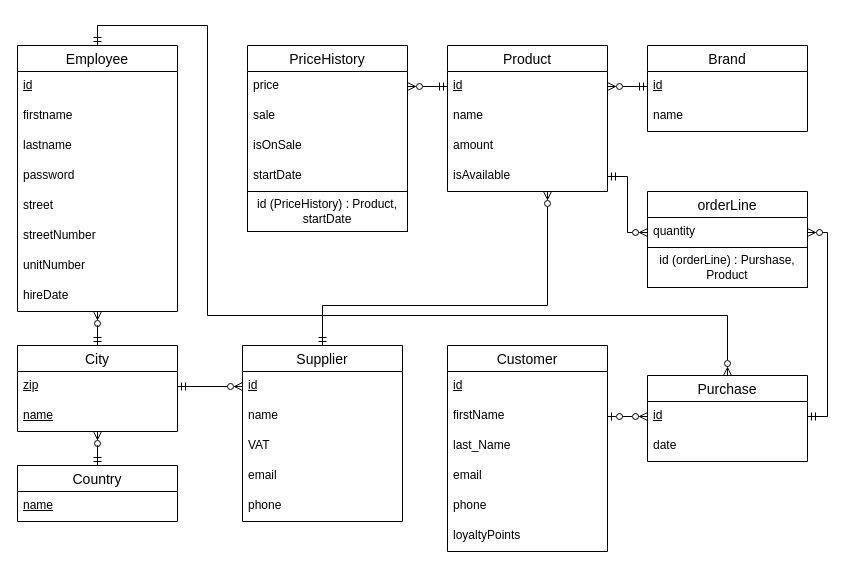
Before: docs/DB/DB.drawio in maxoux53/petit-bazar, a draw.io diagram. Source tidied: cells renumbered, new cells numbered last; positions are measured from the earlier drawing's top-left corner, leaving out a move shared by most shapes. Both pictures are drawn from the tidied source at 100%, with x=0, y=0 at pixel (17, 25).
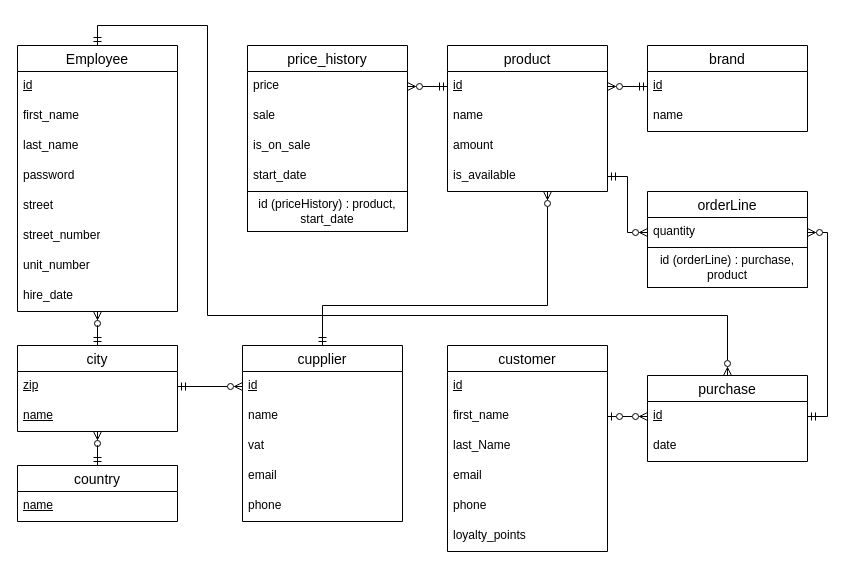
Above is the later version.

Commit message:
DB update (camelCase to snake_case)

Unchanged cells that the change refers to:
```xml
<mxCell id="3" value="Employee" style="swimlane;fontStyle=0;horizontal=1;startSize=26;align=center;fontSize=14;" parent="1" vertex="1">
  <mxGeometry y="20" width="160" height="266" as="geometry" />
</mxCell>
<mxCell id="49" value="orderLine" style="swimlane;fontStyle=0;horizontal=1;startSize=26;align=center;fontSize=14;" parent="1" vertex="1">
  <mxGeometry x="630" y="166" width="160" height="96" as="geometry" />
</mxCell>
```

Change to the diagram source:
```diff
@@
-    <mxCell id="5" value="firstname" style="text;strokeColor=none;fillColor=none;spacingLeft=4;spacingRight=4;overflow=hidden;fontSize=12;whiteSpace=wrap;html=1;" parent="3" vertex="1">
+    <mxCell id="5" value="first_name" style="text;strokeColor=none;fillColor=none;spacingLeft=4;spacingRight=4;overflow=hidden;fontSize=12;whiteSpace=wrap;html=1;" parent="3" vertex="1">
       <mxGeometry y="56" width="160" height="30" as="geometry" />
     </mxCell>
-    <mxCell id="6" value="lastname" style="text;strokeColor=none;fillColor=none;spacingLeft=4;spacingRight=4;overflow=hidden;fontSize=12;whiteSpace=wrap;html=1;" parent="3" vertex="1">
+    <mxCell id="6" value="last_name" style="text;strokeColor=none;fillColor=none;spacingLeft=4;spacingRight=4;overflow=hidden;fontSize=12;whiteSpace=wrap;html=1;" parent="3" vertex="1">
       <mxGeometry y="86" width="160" height="30" as="geometry" />
     </mxCell>
@@
-    <mxCell id="9" value="streetNumber" style="text;strokeColor=none;fillColor=none;spacingLeft=4;spacingRight=4;overflow=hidden;fontSize=12;whiteSpace=wrap;html=1;" parent="3" vertex="1">
+    <mxCell id="9" value="street_number" style="text;strokeColor=none;fillColor=none;spacingLeft=4;spacingRight=4;overflow=hidden;fontSize=12;whiteSpace=wrap;html=1;" parent="3" vertex="1">
       <mxGeometry y="176" width="160" height="30" as="geometry" />
     </mxCell>
-    <mxCell id="10" value="unitNumber" style="text;strokeColor=none;fillColor=none;spacingLeft=4;spacingRight=4;overflow=hidden;fontSize=12;whiteSpace=wrap;html=1;" parent="3" vertex="1">
+    <mxCell id="10" value="unit_number" style="text;strokeColor=none;fillColor=none;spacingLeft=4;spacingRight=4;overflow=hidden;fontSize=12;whiteSpace=wrap;html=1;" parent="3" vertex="1">
       <mxGeometry y="206" width="160" height="30" as="geometry" />
     </mxCell>
-    <mxCell id="11" value="hireDate" style="text;strokeColor=none;fillColor=none;spacingLeft=4;spacingRight=4;overflow=hidden;fontSize=12;whiteSpace=wrap;html=1;" parent="3" vertex="1">
+    <mxCell id="11" value="hire_date" style="text;strokeColor=none;fillColor=none;spacingLeft=4;spacingRight=4;overflow=hidden;fontSize=12;whiteSpace=wrap;html=1;" parent="3" vertex="1">
       <mxGeometry y="236" width="160" height="30" as="geometry" />
     </mxCell>
-    <mxCell id="12" value="Product" style="swimlane;fontStyle=0;horizontal=1;startSize=26;align=center;fontSize=14;" parent="1" vertex="1">
+    <mxCell id="12" value="product" style="swimlane;fontStyle=0;horizontal=1;startSize=26;align=center;fontSize=14;" parent="1" vertex="1">
       <mxGeometry x="430" y="20" width="160" height="146" as="geometry" />
     </mxCell>
@@
-    <mxCell id="16" value="isAvailable" style="text;strokeColor=none;fillColor=none;spacingLeft=4;spacingRight=4;overflow=hidden;points=[[0,0.5],[1,0.5]];portConstraint=eastwest;fontSize=12;whiteSpace=wrap;html=1;" parent="12" vertex="1">
+    <mxCell id="16" value="is_available" style="text;strokeColor=none;fillColor=none;spacingLeft=4;spacingRight=4;overflow=hidden;points=[[0,0.5],[1,0.5]];portConstraint=eastwest;fontSize=12;whiteSpace=wrap;html=1;" parent="12" vertex="1">
       <mxGeometry y="116" width="160" height="30" as="geometry" />
     </mxCell>
-    <mxCell id="17" value="Brand" style="swimlane;fontStyle=0;horizontal=1;startSize=26;align=center;fontSize=14;" parent="1" vertex="1">
+    <mxCell id="17" value="brand" style="swimlane;fontStyle=0;horizontal=1;startSize=26;align=center;fontSize=14;" parent="1" vertex="1">
       <mxGeometry x="630" y="20" width="160" height="86" as="geometry" />
     </mxCell>
@@
-    <mxCell id="20" value="Supplier" style="swimlane;fontStyle=0;horizontal=1;startSize=26;align=center;fontSize=14;" parent="1" vertex="1">
+    <mxCell id="20" value="cupplier" style="swimlane;fontStyle=0;horizontal=1;startSize=26;align=center;fontSize=14;" parent="1" vertex="1">
       <mxGeometry x="225" y="320" width="160" height="176" as="geometry" />
     </mxCell>
@@
-    <mxCell id="23" value="VAT" style="text;strokeColor=none;fillColor=none;spacingLeft=4;spacingRight=4;overflow=hidden;fontSize=12;whiteSpace=wrap;html=1;" parent="20" vertex="1">
+    <mxCell id="23" value="vat" style="text;strokeColor=none;fillColor=none;spacingLeft=4;spacingRight=4;overflow=hidden;fontSize=12;whiteSpace=wrap;html=1;" parent="20" vertex="1">
       <mxGeometry y="86" width="160" height="30" as="geometry" />
     </mxCell>
@@
-    <mxCell id="27" value="City" style="swimlane;fontStyle=0;horizontal=1;startSize=26;align=center;fontSize=14;" parent="1" vertex="1">
+    <mxCell id="27" value="city" style="swimlane;fontStyle=0;horizontal=1;startSize=26;align=center;fontSize=14;" parent="1" vertex="1">
       <mxGeometry y="320" width="160" height="86" as="geometry" />
     </mxCell>
@@
-    <mxCell id="31" value="Country" style="swimlane;fontStyle=0;horizontal=1;startSize=26;align=center;fontSize=14;" parent="1" vertex="1">
+    <mxCell id="31" value="country" style="swimlane;fontStyle=0;horizontal=1;startSize=26;align=center;fontSize=14;" parent="1" vertex="1">
       <mxGeometry y="440" width="160" height="56" as="geometry" />
     </mxCell>
@@
-    <mxCell id="33" value="PriceHistory" style="swimlane;fontStyle=0;horizontal=1;startSize=26;align=center;fontSize=14;" parent="1" vertex="1">
+    <mxCell id="33" value="price_history" style="swimlane;fontStyle=0;horizontal=1;startSize=26;align=center;fontSize=14;" parent="1" vertex="1">
       <mxGeometry x="230" y="20" width="160" height="186" as="geometry" />
     </mxCell>
@@
-    <mxCell id="36" value="isOnSale" style="text;strokeColor=none;fillColor=none;spacingLeft=4;spacingRight=4;overflow=hidden;fontSize=12;whiteSpace=wrap;html=1;" parent="33" vertex="1">
+    <mxCell id="36" value="is_on_sale" style="text;strokeColor=none;fillColor=none;spacingLeft=4;spacingRight=4;overflow=hidden;fontSize=12;whiteSpace=wrap;html=1;" parent="33" vertex="1">
       <mxGeometry y="86" width="160" height="30" as="geometry" />
     </mxCell>
-    <mxCell id="37" value="startDate" style="text;strokeColor=none;fillColor=none;spacingLeft=4;spacingRight=4;overflow=hidden;fontSize=12;whiteSpace=wrap;html=1;" parent="33" vertex="1">
+    <mxCell id="37" value="start_date" style="text;strokeColor=none;fillColor=none;spacingLeft=4;spacingRight=4;overflow=hidden;fontSize=12;whiteSpace=wrap;html=1;" parent="33" vertex="1">
       <mxGeometry y="116" width="160" height="30" as="geometry" />
     </mxCell>
-    <mxCell id="38" value="id (PriceHistory) : Product, startDate" style="whiteSpace=wrap;html=1;align=center;" parent="33" vertex="1">
+    <mxCell id="38" value="id (priceHistory) : product, start_date" style="whiteSpace=wrap;html=1;align=center;" parent="33" vertex="1">
       <mxGeometry y="146" width="160" height="40" as="geometry" />
     </mxCell>
-    <mxCell id="39" value="Customer" style="swimlane;fontStyle=0;horizontal=1;startSize=26;align=center;fontSize=14;" parent="1" vertex="1">
+    <mxCell id="39" value="customer" style="swimlane;fontStyle=0;horizontal=1;startSize=26;align=center;fontSize=14;" parent="1" vertex="1">
       <mxGeometry x="430" y="320" width="160" height="206" as="geometry" />
     </mxCell>
@@
-    <mxCell id="41" value="firstName" style="text;strokeColor=none;fillColor=none;spacingLeft=4;spacingRight=4;overflow=hidden;points=[[0,0.5],[1,0.5]];portConstraint=eastwest;fontSize=12;whiteSpace=wrap;html=1;" parent="39" vertex="1">
+    <mxCell id="41" value="first_name" style="text;strokeColor=none;fillColor=none;spacingLeft=4;spacingRight=4;overflow=hidden;points=[[0,0.5],[1,0.5]];portConstraint=eastwest;fontSize=12;whiteSpace=wrap;html=1;" parent="39" vertex="1">
       <mxGeometry y="56" width="160" height="30" as="geometry" />
     </mxCell>
@@
-    <mxCell id="45" value="loyaltyPoints" style="text;strokeColor=none;fillColor=none;spacingLeft=4;spacingRight=4;overflow=hidden;fontSize=12;whiteSpace=wrap;html=1;" parent="39" vertex="1">
+    <mxCell id="45" value="loyalty_points" style="text;strokeColor=none;fillColor=none;spacingLeft=4;spacingRight=4;overflow=hidden;fontSize=12;whiteSpace=wrap;html=1;" parent="39" vertex="1">
       <mxGeometry y="176" width="160" height="30" as="geometry" />
     </mxCell>
-    <mxCell id="46" value="Purchase" style="swimlane;fontStyle=0;horizontal=1;startSize=26;align=center;fontSize=14;" parent="1" vertex="1">
+    <mxCell id="46" value="purchase" style="swimlane;fontStyle=0;horizontal=1;startSize=26;align=center;fontSize=14;" parent="1" vertex="1">
       <mxGeometry x="630" y="350" width="160" height="86" as="geometry" />
     </mxCell>
@@
-    <mxCell id="51" value="id (orderLine) : Purshase, Product" style="whiteSpace=wrap;html=1;align=center;" parent="49" vertex="1">
+    <mxCell id="51" value="id (orderLine) : purchase, product" style="whiteSpace=wrap;html=1;align=center;" parent="49" vertex="1">
       <mxGeometry y="56" width="160" height="40" as="geometry" />
     </mxCell>
```
